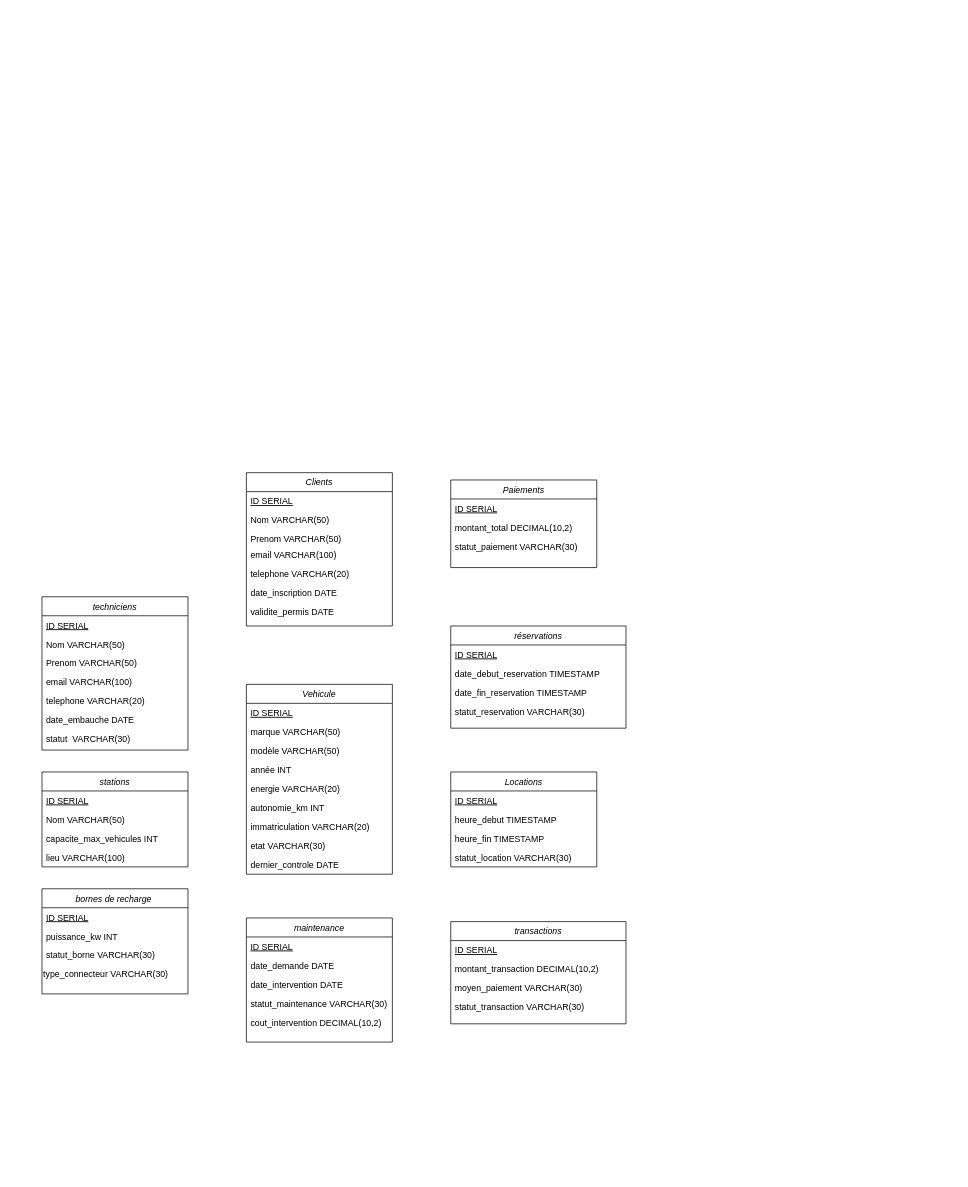
Before: MCD.drawio in Thomrib1/Projet_SQL_B2, a draw.io diagram. Source tidied: cells renumbered, new cells numbered last; positions are measured from the earlier drawing's top-left corner, leaving out a move shared by most shapes. Both pictures are drawn from the tidied source at 73%, with x=0, y=0 at pixel (42, 472).
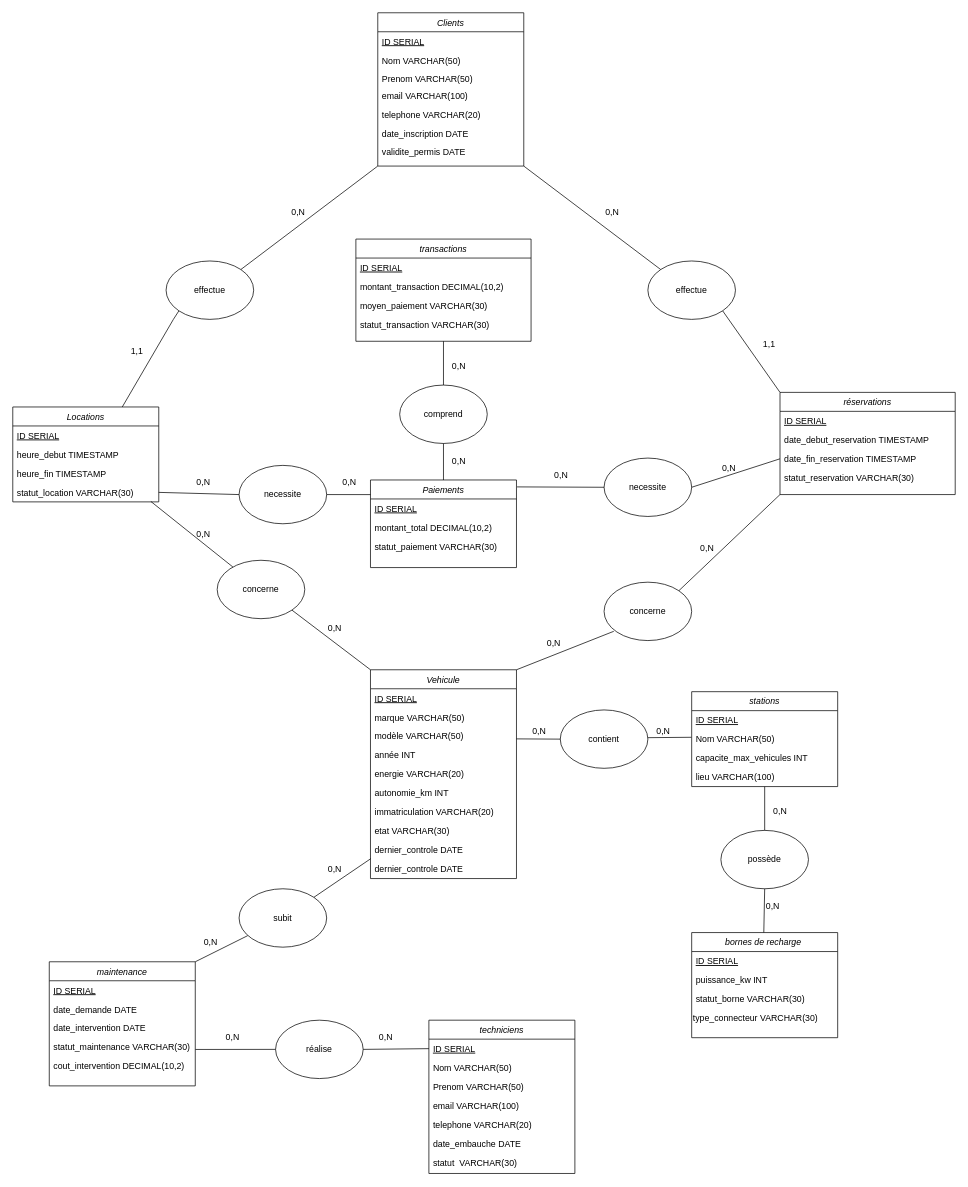
The same diagram, later.

Commit message:
add association manque plus que les cardinalités

The change refers to these unchanged cells:
```xml
<mxCell id="5" value="modèle VARCHAR(50)" style="text;align=left;verticalAlign=top;spacingLeft=4;spacingRight=4;overflow=hidden;points=[[0,0.5],[1,0.5]];portConstraint=eastwest;rounded=0;shadow=0;html=0;" parent="2" vertex="1">
  <mxGeometry y="78" width="200" height="26" as="geometry" />
</mxCell>
<mxCell id="11" value="dernier_controle DATE" style="text;align=left;verticalAlign=top;spacingLeft=4;spacingRight=4;overflow=hidden;points=[[0,0.5],[1,0.5]];portConstraint=eastwest;rounded=0;shadow=0;html=0;" parent="2" vertex="1">
  <mxGeometry y="234" width="200" height="26" as="geometry" />
</mxCell>
<mxCell id="14" value="Nom VARCHAR(50)" style="text;align=left;verticalAlign=top;spacingLeft=4;spacingRight=4;overflow=hidden;points=[[0,0.5],[1,0.5]];portConstraint=eastwest;rounded=0;shadow=0;html=0;" parent="12" vertex="1">
  <mxGeometry y="52" width="200" height="26" as="geometry" />
</mxCell>
<mxCell id="16" value="lieu VARCHAR(100)" style="text;align=left;verticalAlign=top;spacingLeft=4;spacingRight=4;overflow=hidden;points=[[0,0.5],[1,0.5]];portConstraint=eastwest;rounded=0;shadow=0;html=0;" parent="12" vertex="1">
  <mxGeometry y="104" width="200" height="26" as="geometry" />
</mxCell>
<mxCell id="31" value="ID SERIAL" style="text;align=left;verticalAlign=top;spacingLeft=4;spacingRight=4;overflow=hidden;points=[[0,0.5],[1,0.5]];portConstraint=eastwest;fontStyle=4;" parent="30" vertex="1">
  <mxGeometry y="26" width="200" height="26" as="geometry" />
</mxCell>
<mxCell id="42" value="statut_location VARCHAR(30)" style="text;align=left;verticalAlign=top;spacingLeft=4;spacingRight=4;overflow=hidden;points=[[0,0.5],[1,0.5]];portConstraint=eastwest;rounded=0;shadow=0;html=0;" parent="38" vertex="1">
  <mxGeometry y="104" width="200" height="26" as="geometry" />
</mxCell>
<mxCell id="46" value="date_fin_reservation TIMESTAMP" style="text;align=left;verticalAlign=top;spacingLeft=4;spacingRight=4;overflow=hidden;points=[[0,0.5],[1,0.5]];portConstraint=eastwest;rounded=0;shadow=0;html=0;" parent="43" vertex="1">
  <mxGeometry y="78" width="240" height="26" as="geometry" />
</mxCell>
<mxCell id="61" value="statut_maintenance VARCHAR(30)" style="text;align=left;verticalAlign=top;spacingLeft=4;spacingRight=4;overflow=hidden;points=[[0,0.5],[1,0.5]];portConstraint=eastwest;rounded=0;shadow=0;html=0;" parent="57" vertex="1">
  <mxGeometry y="104" width="200" height="26" as="geometry" />
</mxCell>
```

Change to the diagram source:
```diff
@@
     <mxCell id="2" value="Vehicule" style="swimlane;fontStyle=2;align=center;verticalAlign=top;horizontal=1;startSize=26;rounded=0;shadow=0;strokeWidth=1;" parent="1" vertex="1">
-      <mxGeometry x="280" y="290" width="200" height="260" as="geometry" />
+      <mxGeometry x="450" y="270" width="200" height="286" as="geometry" />
     </mxCell>
@@
+    <mxCell id="63" value="dernier_controle DATE" style="text;align=left;verticalAlign=top;spacingLeft=4;spacingRight=4;overflow=hidden;rounded=0;shadow=0;html=0;" parent="2" vertex="1">
+      <mxGeometry y="260" width="200" height="26" as="geometry" />
+    </mxCell>
     <mxCell id="12" value="stations" style="swimlane;fontStyle=2;align=center;verticalAlign=top;horizontal=1;startSize=26;rounded=0;shadow=0;strokeWidth=1;" parent="1" vertex="1">
-      <mxGeometry y="410" width="200" height="130" as="geometry" />
+      <mxGeometry x="890" y="300" width="200" height="130" as="geometry" />
     </mxCell>
@@
     <mxCell id="17" value="bornes de recharge " style="swimlane;fontStyle=2;align=center;verticalAlign=top;horizontal=1;startSize=26;rounded=0;shadow=0;strokeWidth=1;" parent="1" vertex="1">
-      <mxGeometry y="570" width="200" height="144" as="geometry" />
+      <mxGeometry x="890" y="630" width="200" height="144" as="geometry" />
     </mxCell>
@@
     <mxCell id="22" value="Clients" style="swimlane;fontStyle=2;align=center;verticalAlign=top;horizontal=1;startSize=26;rounded=0;shadow=0;strokeWidth=1;" parent="1" vertex="1">
-      <mxGeometry x="280" width="200" height="210" as="geometry" />
+      <mxGeometry x="460" y="-630" width="200" height="210" as="geometry" />
     </mxCell>
@@
     <mxCell id="30" value="techniciens" style="swimlane;fontStyle=2;align=center;verticalAlign=top;horizontal=1;startSize=26;rounded=0;shadow=0;strokeWidth=1;" parent="1" vertex="1">
-      <mxGeometry y="170" width="200" height="210" as="geometry" />
+      <mxGeometry x="530" y="750" width="200" height="210" as="geometry" />
     </mxCell>
@@
+    <mxCell id="64" style="rounded=0;jettySize=auto;html=1;entryX=0;entryY=1;entryDx=0;entryDy=0;exitX=0.75;exitY=0;exitDx=0;exitDy=0;strokeColor=default;endArrow=none;endFill=0;" parent="1" edge="1" source="38" target="68">
+      <mxGeometry relative="1" as="geometry">
+        <Array as="points">
+          <mxPoint x="180" y="-210" />
+        </Array>
+      </mxGeometry>
+    </mxCell>
     <mxCell id="38" value=" Locations" style="swimlane;fontStyle=2;align=center;verticalAlign=top;horizontal=1;startSize=26;rounded=0;shadow=0;strokeWidth=1;" parent="1" vertex="1">
-      <mxGeometry x="560" y="410" width="200" height="130" as="geometry" />
+      <mxGeometry x="-40" y="-90" width="200" height="130" as="geometry" />
     </mxCell>
@@
     <mxCell id="43" value=" réservations" style="swimlane;fontStyle=2;align=center;verticalAlign=top;horizontal=1;startSize=26;rounded=0;shadow=0;strokeWidth=1;" parent="1" vertex="1">
-      <mxGeometry x="560" y="210" width="240" height="140" as="geometry" />
+      <mxGeometry x="1011" y="-110" width="240" height="140" as="geometry" />
     </mxCell>
@@
     <mxCell id="48" value=" Paiements" style="swimlane;fontStyle=2;align=center;verticalAlign=top;horizontal=1;startSize=26;rounded=0;shadow=0;strokeWidth=1;" parent="1" vertex="1">
-      <mxGeometry x="560" y="10" width="200" height="120" as="geometry" />
+      <mxGeometry x="450" y="10" width="200" height="120" as="geometry" />
     </mxCell>
@@
     <mxCell id="52" value="transactions" style="swimlane;fontStyle=2;align=center;verticalAlign=top;horizontal=1;startSize=26;rounded=0;shadow=0;strokeWidth=1;" parent="1" vertex="1">
-      <mxGeometry x="560" y="615" width="240" height="140" as="geometry" />
+      <mxGeometry x="430" y="-320" width="240" height="140" as="geometry" />
     </mxCell>
@@
     <mxCell id="57" value=" maintenance" style="swimlane;fontStyle=2;align=center;verticalAlign=top;horizontal=1;startSize=26;rounded=0;shadow=0;strokeWidth=1;" parent="1" vertex="1">
-      <mxGeometry x="280" y="610" width="200" height="170" as="geometry" />
+      <mxGeometry x="10" y="670" width="200" height="170" as="geometry" />
     </mxCell>
@@
+    <mxCell id="65" value="effectue" style="ellipse;whiteSpace=wrap;html=1;" parent="1" vertex="1">
+      <mxGeometry x="830" y="-290" width="120" height="80" as="geometry" />
+    </mxCell>
+    <mxCell id="66" value="concerne" style="ellipse;whiteSpace=wrap;html=1;" parent="1" vertex="1">
+      <mxGeometry x="770" y="150" width="120" height="80" as="geometry" />
+    </mxCell>
+    <mxCell id="67" value="possède " style="ellipse;whiteSpace=wrap;html=1;" parent="1" vertex="1">
+      <mxGeometry x="930" y="490" width="120" height="80" as="geometry" />
+    </mxCell>
+    <mxCell id="68" value="effectue" style="ellipse;whiteSpace=wrap;html=1;" parent="1" vertex="1">
+      <mxGeometry x="170" y="-290" width="120" height="80" as="geometry" />
+    </mxCell>
+    <mxCell id="69" value="concerne" style="ellipse;whiteSpace=wrap;html=1;" parent="1" vertex="1">
+      <mxGeometry x="240" y="120" width="120" height="80" as="geometry" />
+    </mxCell>
+    <mxCell id="70" value="contient" style="ellipse;whiteSpace=wrap;html=1;" parent="1" vertex="1">
+      <mxGeometry x="710" y="325" width="120" height="80" as="geometry" />
+    </mxCell>
+    <mxCell id="71" value="subit" style="ellipse;whiteSpace=wrap;html=1;" parent="1" vertex="1">
+      <mxGeometry x="270" y="570" width="120" height="80" as="geometry" />
+    </mxCell>
+    <mxCell id="72" value="réalise " style="ellipse;whiteSpace=wrap;html=1;" parent="1" vertex="1">
+      <mxGeometry x="320" y="750" width="120" height="80" as="geometry" />
+    </mxCell>
+    <mxCell id="73" value="&lt;span style=&quot;text-align: left;&quot;&gt;comprend&lt;/span&gt;" style="ellipse;whiteSpace=wrap;html=1;" parent="1" vertex="1">
+      <mxGeometry x="490" y="-120" width="120" height="80" as="geometry" />
+    </mxCell>
+    <mxCell id="74" value="&lt;span style=&quot;text-align: left;&quot;&gt;necessite&lt;/span&gt;" style="ellipse;whiteSpace=wrap;html=1;" parent="1" vertex="1">
+      <mxGeometry x="770" y="-20" width="120" height="80" as="geometry" />
+    </mxCell>
+    <mxCell id="75" value="&lt;span style=&quot;text-align: left;&quot;&gt;necessite&lt;/span&gt;" style="ellipse;whiteSpace=wrap;html=1;" parent="1" vertex="1">
+      <mxGeometry x="270" y="-10" width="120" height="80" as="geometry" />
+    </mxCell>
+    <mxCell id="76" style="endArrow=none;html=1;rounded=0;exitX=1;exitY=0;exitDx=0;exitDy=0;entryX=0;entryY=1;entryDx=0;entryDy=0;" parent="1" edge="1" source="68" target="22">
+      <mxGeometry relative="1" as="geometry" />
+    </mxCell>
+    <mxCell id="77" style="endArrow=none;html=1;rounded=0;exitX=0;exitY=0;exitDx=0;exitDy=0;entryX=1;entryY=1;entryDx=0;entryDy=0;" parent="1" edge="1" source="65" target="22">
+      <mxGeometry relative="1" as="geometry" />
+    </mxCell>
+    <mxCell id="78" style="endArrow=none;html=1;rounded=0;exitX=0;exitY=0;exitDx=0;exitDy=0;entryX=1;entryY=1;entryDx=0;entryDy=0;" parent="1" edge="1" source="43" target="65">
+      <mxGeometry relative="1" as="geometry" />
+    </mxCell>
+    <mxCell id="79" style="endArrow=none;html=1;rounded=0;exitX=1;exitY=0.5;exitDx=0;exitDy=0;entryX=0;entryY=0.5;entryDx=0;entryDy=0;" parent="1" edge="1" source="74" target="46">
+      <mxGeometry relative="1" as="geometry" />
+    </mxCell>
+    <mxCell id="80" style="endArrow=none;html=1;rounded=0;exitX=1.004;exitY=0.079;exitDx=0;exitDy=0;entryX=0;entryY=0.5;entryDx=0;entryDy=0;exitPerimeter=0;" parent="1" edge="1" source="48" target="74">
+      <mxGeometry relative="1" as="geometry" />
+    </mxCell>
+    <mxCell id="81" style="endArrow=none;html=1;rounded=0;exitX=0.5;exitY=0;exitDx=0;exitDy=0;entryX=0.5;entryY=1;entryDx=0;entryDy=0;" parent="1" edge="1" source="48" target="73">
+      <mxGeometry relative="1" as="geometry" />
+    </mxCell>
+    <mxCell id="82" style="endArrow=none;html=1;rounded=0;exitX=0.5;exitY=0;exitDx=0;exitDy=0;entryX=0.5;entryY=1;entryDx=0;entryDy=0;" parent="1" edge="1" source="73" target="52">
+      <mxGeometry relative="1" as="geometry" />
+    </mxCell>
+    <mxCell id="83" style="endArrow=none;html=1;rounded=0;exitX=1;exitY=0.5;exitDx=0;exitDy=0;entryX=0;entryY=0.5;entryDx=0;entryDy=0;" parent="1" edge="1" source="42" target="75">
+      <mxGeometry relative="1" as="geometry" />
+    </mxCell>
+    <mxCell id="84" style="endArrow=none;html=1;rounded=0;exitX=1;exitY=0.5;exitDx=0;exitDy=0;entryX=0;entryY=0.167;entryDx=0;entryDy=0;entryPerimeter=0;" parent="1" edge="1" source="75" target="48">
+      <mxGeometry relative="1" as="geometry" />
+    </mxCell>
+    <mxCell id="85" style="endArrow=none;html=1;rounded=0;entryX=0.946;entryY=0.98;entryDx=0;entryDy=0;entryPerimeter=0;" parent="1" edge="1" source="69" target="42">
+      <mxGeometry relative="1" as="geometry" />
+    </mxCell>
+    <mxCell id="86" style="endArrow=none;html=1;rounded=0;exitX=1;exitY=1;exitDx=0;exitDy=0;entryX=0;entryY=0;entryDx=0;entryDy=0;" parent="1" edge="1" source="69" target="2">
+      <mxGeometry relative="1" as="geometry" />
+    </mxCell>
+    <mxCell id="87" style="endArrow=none;html=1;rounded=0;exitX=1;exitY=0;exitDx=0;exitDy=0;entryX=0;entryY=1;entryDx=0;entryDy=0;" parent="1" edge="1" source="66" target="43">
+      <mxGeometry relative="1" as="geometry" />
+    </mxCell>
+    <mxCell id="88" style="endArrow=none;html=1;rounded=0;exitX=1;exitY=0;exitDx=0;exitDy=0;entryX=0.111;entryY=0.841;entryDx=0;entryDy=0;entryPerimeter=0;" parent="1" edge="1" source="2" target="66">
+      <mxGeometry relative="1" as="geometry" />
+    </mxCell>
+    <mxCell id="89" style="endArrow=none;html=1;rounded=0;exitX=1;exitY=0;exitDx=0;exitDy=0;entryX=0.002;entryY=0.953;entryDx=0;entryDy=0;entryPerimeter=0;" parent="1" edge="1" source="71" target="11">
+      <mxGeometry relative="1" as="geometry" />
+    </mxCell>
+    <mxCell id="90" style="endArrow=none;html=1;rounded=0;exitX=1;exitY=0;exitDx=0;exitDy=0;entryX=0.098;entryY=0.803;entryDx=0;entryDy=0;entryPerimeter=0;" parent="1" edge="1" source="57" target="71">
+      <mxGeometry relative="1" as="geometry" />
+    </mxCell>
+    <mxCell id="91" style="endArrow=none;html=1;rounded=0;exitX=1;exitY=0.5;exitDx=0;exitDy=0;entryX=0;entryY=0.5;entryDx=0;entryDy=0;" parent="1" edge="1" source="72" target="31">
+      <mxGeometry relative="1" as="geometry" />
+    </mxCell>
+    <mxCell id="92" style="endArrow=none;html=1;rounded=0;exitX=1.001;exitY=0.62;exitDx=0;exitDy=0;entryX=0;entryY=0.5;entryDx=0;entryDy=0;exitPerimeter=0;" parent="1" edge="1" source="61" target="72">
+      <mxGeometry relative="1" as="geometry" />
+    </mxCell>
+    <mxCell id="93" style="endArrow=none;html=1;rounded=0;exitX=1;exitY=0.641;exitDx=0;exitDy=0;entryX=0;entryY=0.5;entryDx=0;entryDy=0;exitPerimeter=0;" parent="1" edge="1" source="5" target="70">
+      <mxGeometry relative="1" as="geometry" />
+    </mxCell>
+    <mxCell id="94" style="endArrow=none;html=1;rounded=0;exitX=1.001;exitY=0.475;exitDx=0;exitDy=0;entryX=-0.002;entryY=0.403;entryDx=0;entryDy=0;entryPerimeter=0;exitPerimeter=0;" parent="1" edge="1" source="70" target="14">
+      <mxGeometry relative="1" as="geometry" />
+    </mxCell>
+    <mxCell id="95" style="endArrow=none;html=1;rounded=0;exitX=0.5;exitY=0;exitDx=0;exitDy=0;entryX=0.5;entryY=1.007;entryDx=0;entryDy=0;entryPerimeter=0;" parent="1" edge="1" source="67" target="16">
+      <mxGeometry relative="1" as="geometry" />
+    </mxCell>
+    <mxCell id="96" style="endArrow=none;html=1;rounded=0;exitX=0.494;exitY=-0.001;exitDx=0;exitDy=0;entryX=0.5;entryY=1;entryDx=0;entryDy=0;exitPerimeter=0;" parent="1" edge="1" source="17" target="67">
+      <mxGeometry relative="1" as="geometry" />
+    </mxCell>
+    <mxCell id="97" value="1,1" style="text;whiteSpace=wrap;html=1;" parent="1" vertex="1">
+      <mxGeometry x="120" y="-180" width="50" height="40" as="geometry" />
+    </mxCell>
+    <mxCell id="98" value="0,N" style="text;whiteSpace=wrap;html=1;" parent="1" vertex="1">
+      <mxGeometry x="340" y="-370" width="50" height="40" as="geometry" />
+    </mxCell>
+    <mxCell id="99" value="0,N" style="text;whiteSpace=wrap;html=1;" parent="1" vertex="1">
+      <mxGeometry x="770" y="-370" width="50" height="40" as="geometry" />
+    </mxCell>
+    <mxCell id="100" value="1,1" style="text;whiteSpace=wrap;html=1;" parent="1" vertex="1">
+      <mxGeometry x="986" y="-190" width="50" height="40" as="geometry" />
+    </mxCell>
+    <mxCell id="101" value="0,N" style="text;whiteSpace=wrap;html=1;" parent="1" vertex="1">
+      <mxGeometry x="560" y="-160" width="50" height="40" as="geometry" />
+    </mxCell>
+    <mxCell id="102" value="0,N" style="text;whiteSpace=wrap;html=1;" parent="1" vertex="1">
+      <mxGeometry x="560" y="-30" width="50" height="40" as="geometry" />
+    </mxCell>
+    <mxCell id="103" value="0,N" style="text;whiteSpace=wrap;html=1;" parent="1" vertex="1">
+      <mxGeometry x="700" y="-10" width="50" height="40" as="geometry" />
+    </mxCell>
+    <mxCell id="104" value="0,N" style="text;whiteSpace=wrap;html=1;" parent="1" vertex="1">
+      <mxGeometry x="930" y="-20" width="50" height="40" as="geometry" />
+    </mxCell>
+    <mxCell id="105" value="0,N" style="text;whiteSpace=wrap;html=1;" parent="1" vertex="1">
+      <mxGeometry x="900" y="90" width="50" height="40" as="geometry" />
+    </mxCell>
+    <mxCell id="106" value="0,N" style="text;whiteSpace=wrap;html=1;" parent="1" vertex="1">
+      <mxGeometry x="690" y="220" width="50" height="40" as="geometry" />
+    </mxCell>
+    <mxCell id="107" value="0,N" style="text;whiteSpace=wrap;html=1;" parent="1" vertex="1">
+      <mxGeometry x="390" y="200" width="50" height="40" as="geometry" />
+    </mxCell>
+    <mxCell id="108" value="0,N" style="text;whiteSpace=wrap;html=1;" parent="1" vertex="1">
+      <mxGeometry x="210" y="70" width="50" height="40" as="geometry" />
+    </mxCell>
+    <mxCell id="109" value="0,N" style="text;whiteSpace=wrap;html=1;" parent="1" vertex="1">
+      <mxGeometry x="210" width="50" height="40" as="geometry" />
+    </mxCell>
+    <mxCell id="110" value="0,N" style="text;whiteSpace=wrap;html=1;" parent="1" vertex="1">
+      <mxGeometry x="410" width="50" height="40" as="geometry" />
+    </mxCell>
+    <mxCell id="111" value="0,N" style="text;whiteSpace=wrap;html=1;" parent="1" vertex="1">
+      <mxGeometry x="670" y="340" width="50" height="40" as="geometry" />
+    </mxCell>
+    <mxCell id="112" value="0,N" style="text;whiteSpace=wrap;html=1;" parent="1" vertex="1">
+      <mxGeometry x="840" y="340" width="50" height="40" as="geometry" />
+    </mxCell>
+    <mxCell id="113" value="0,N" style="text;whiteSpace=wrap;html=1;" parent="1" vertex="1">
+      <mxGeometry x="1000" y="450" width="50" height="40" as="geometry" />
+    </mxCell>
+    <mxCell id="114" value="0,N" style="text;whiteSpace=wrap;html=1;" parent="1" vertex="1">
+      <mxGeometry x="990" y="580" width="50" height="40" as="geometry" />
+    </mxCell>
+    <mxCell id="115" value="0,N" style="text;whiteSpace=wrap;html=1;" parent="1" vertex="1">
+      <mxGeometry x="460" y="760" width="50" height="40" as="geometry" />
+    </mxCell>
+    <mxCell id="116" value="0,N" style="text;whiteSpace=wrap;html=1;" parent="1" vertex="1">
+      <mxGeometry x="250" y="760" width="50" height="40" as="geometry" />
+    </mxCell>
+    <mxCell id="117" value="0,N" style="text;whiteSpace=wrap;html=1;" parent="1" vertex="1">
+      <mxGeometry x="220" y="630" width="50" height="40" as="geometry" />
+    </mxCell>
+    <mxCell id="118" value="0,N" style="text;whiteSpace=wrap;html=1;" parent="1" vertex="1">
+      <mxGeometry x="390" y="530" width="50" height="40" as="geometry" />
+    </mxCell>
```
